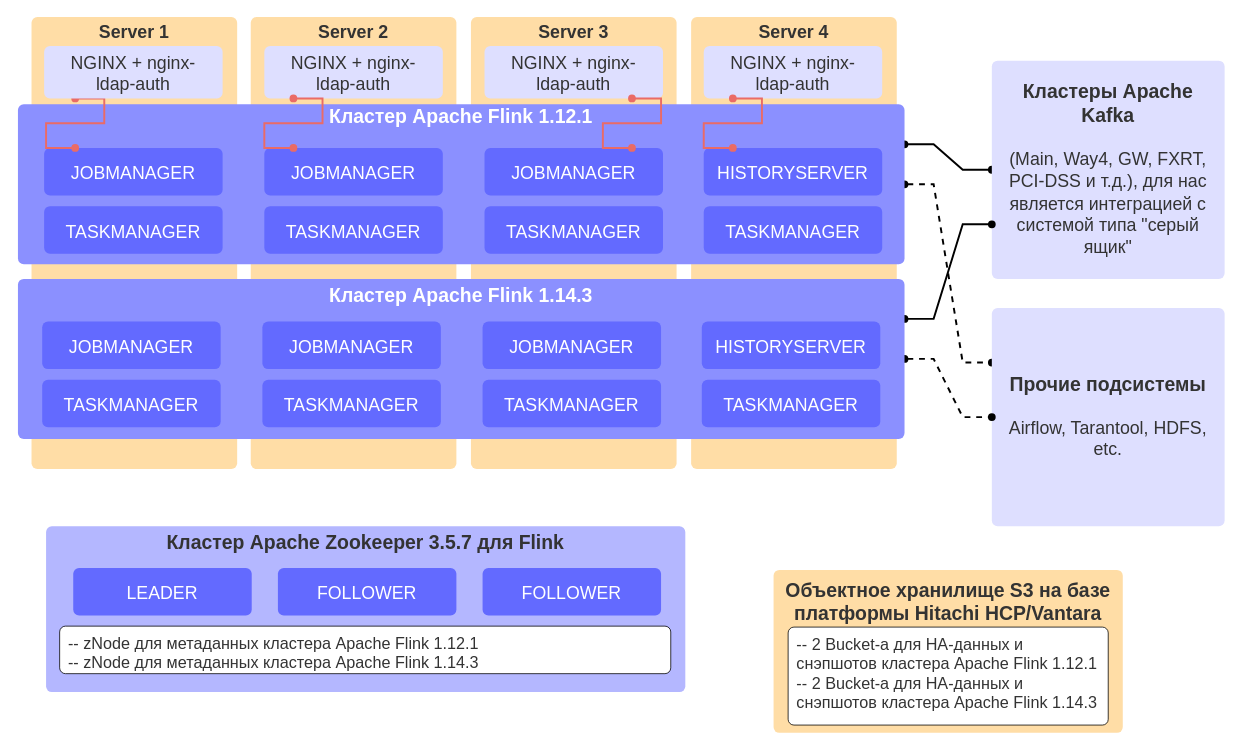
The draw.io diagram Flink.drawio in parametriq/diagrams, before the edit. Source tidied: cells renumbered, new cells numbered last; positions are measured from the earlier drawing's top-left corner, leaving out a move shared by most shapes. Both pictures are drawn from the tidied source at 97%, with x=0, y=0 at pixel (17, 16).
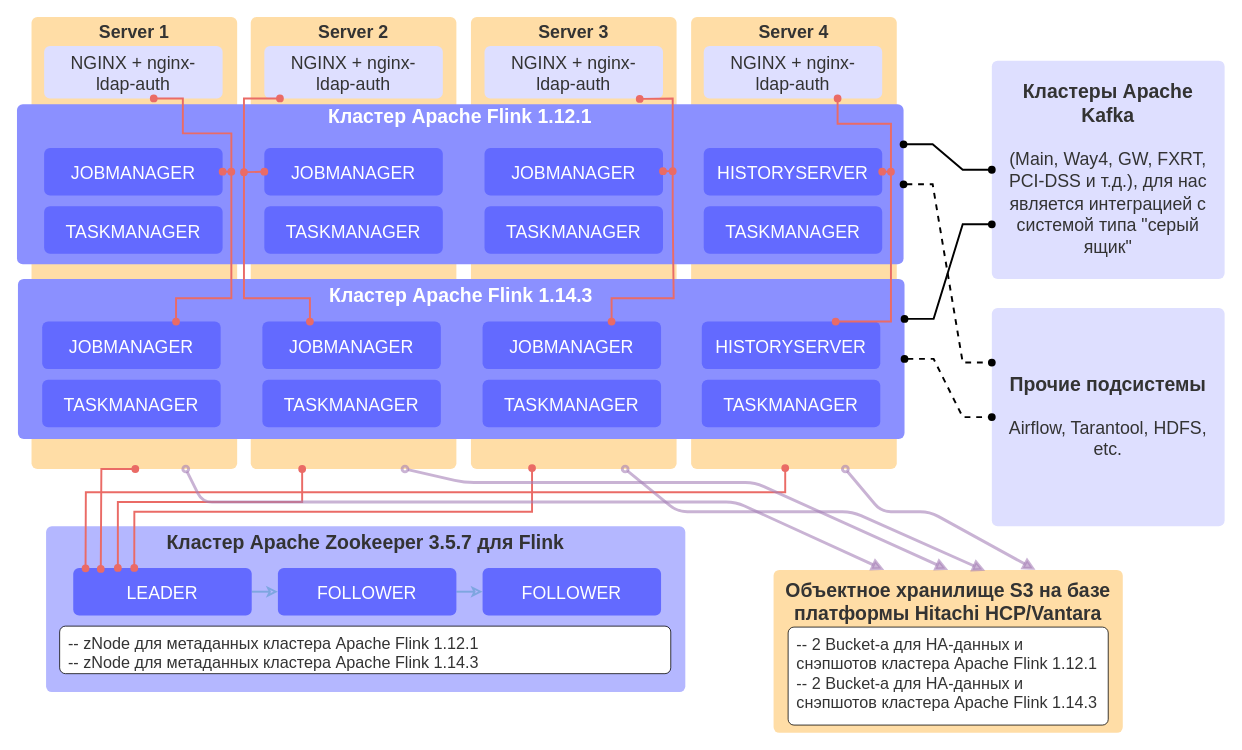
The same page after the edit.

Unchanged cells that the change refers to:
```xml
<mxCell id="2" value="Server 1" style="html=1;overflow=block;blockSpacing=1;whiteSpace=wrap;fontSize=18.3;fontColor=#333333;fontStyle=1;spacingLeft=8.4;spacingRight=8.4;spacingTop=2.4;spacing=3.6;verticalAlign=top;strokeOpacity=0;fillOpacity=100;rounded=1;absoluteArcSize=1;arcSize=12;fillColor=#ffdda6;strokeWidth=0.8;" parent="1" vertex="1">
  <mxGeometry x="14" width="212" height="466" as="geometry" />
</mxCell>
<mxCell id="3" value="Server 2" style="html=1;overflow=block;blockSpacing=1;whiteSpace=wrap;fontSize=18.3;fontColor=#333333;fontStyle=1;spacingLeft=8.4;spacingRight=8.4;spacingTop=2.4;spacing=3.6;verticalAlign=top;strokeOpacity=0;fillOpacity=100;rounded=1;absoluteArcSize=1;arcSize=12;fillColor=#ffdda6;strokeWidth=0.8;" parent="1" vertex="1">
  <mxGeometry x="240" width="212" height="466" as="geometry" />
</mxCell>
<mxCell id="4" value="Server 3" style="html=1;overflow=block;blockSpacing=1;whiteSpace=wrap;fontSize=18.3;fontColor=#333333;fontStyle=1;spacingLeft=8.4;spacingRight=8.4;spacingTop=2.4;spacing=3.6;verticalAlign=top;strokeOpacity=0;fillOpacity=100;rounded=1;absoluteArcSize=1;arcSize=12;fillColor=#ffdda6;strokeWidth=0.8;" parent="1" vertex="1">
  <mxGeometry x="467" width="212" height="466" as="geometry" />
</mxCell>
<mxCell id="5" value="Server 4" style="html=1;overflow=block;blockSpacing=1;whiteSpace=wrap;fontSize=18.3;fontColor=#333333;fontStyle=1;spacingLeft=8.4;spacingRight=8.4;spacingTop=2.4;spacing=3.6;verticalAlign=top;strokeOpacity=0;fillOpacity=100;rounded=1;absoluteArcSize=1;arcSize=12;fillColor=#ffdda6;strokeWidth=0.8;" parent="1" vertex="1">
  <mxGeometry x="694" width="212" height="466" as="geometry" />
</mxCell>
<mxCell id="9" value="JOBMANAGER" style="html=1;overflow=block;blockSpacing=1;whiteSpace=wrap;fontSize=18.3;fontColor=#ffffff;align=center;spacingLeft=8.4;spacingRight=8.4;spacingTop=2.4;spacing=3.6;strokeOpacity=0;fillOpacity=100;rounded=1;absoluteArcSize=1;arcSize=12;fillColor=#636aff;strokeWidth=0.8;" parent="1" vertex="1">
  <mxGeometry x="27" y="135" width="184" height="49" as="geometry" />
</mxCell>
<mxCell id="14" value="&lt;div style=&quot;display: flex; justify-content: center; text-align: center; align-items: baseline; font-size: 0; line-height: 1.25;margin-left: 8.4px;margin-right: 8.4px;margin-top: 2.4px;margin-top: -2px;&quot;&gt;&lt;span&gt;&lt;span style=&quot;font-size:20px;color:#333333;font-weight: bold;&quot;&gt;Кластеры Apache Kafka&#10;&lt;/span&gt;&lt;/span&gt;&lt;/div&gt;&lt;div style=&quot;display: flex; justify-content: center; text-align: center; align-items: baseline; font-size: 0; line-height: 1.25;margin-top: -2px;&quot;&gt;&lt;span&gt;&lt;span style=&quot;font-size:13px;color:#333333;&quot;&gt;&lt;span style=&quot;font-size:18.3px;color:#333333;&quot;&gt;&#10;(Main, Way4, GW, FXRT, PCI-DSS и т.д.), для нас является интеграцией с системой типа &quot;серый ящик&quot;&lt;/span&gt;&lt;/span&gt;&lt;/span&gt;&lt;/div&gt;" style="html=1;overflow=block;blockSpacing=1;whiteSpace=wrap;fontSize=13;spacing=3.6;verticalAlign=middle;strokeOpacity=0;fillOpacity=100;rounded=1;absoluteArcSize=1;arcSize=12;fillColor=#dedfff;strokeWidth=0.8;" parent="1" vertex="1">
  <mxGeometry x="1004" y="45" width="240" height="225" as="geometry" />
</mxCell>
<mxCell id="15" value="LEADER" style="html=1;overflow=block;blockSpacing=1;whiteSpace=wrap;fontSize=18.3;fontColor=#ffffff;align=center;spacingLeft=8.4;spacingRight=8.4;spacingTop=2.4;spacing=3.6;strokeOpacity=0;fillOpacity=100;rounded=1;absoluteArcSize=1;arcSize=12;fillColor=#636aff;strokeWidth=0.8;" parent="1" vertex="1">
  <mxGeometry x="57" y="568" width="184" height="49" as="geometry" />
</mxCell>
<mxCell id="16" value="FOLLOWER" style="html=1;overflow=block;blockSpacing=1;whiteSpace=wrap;fontSize=18.3;fontColor=#ffffff;align=center;spacingLeft=8.4;spacingRight=8.4;spacingTop=2.4;spacing=3.6;strokeOpacity=0;fillOpacity=100;rounded=1;absoluteArcSize=1;arcSize=12;fillColor=#636aff;strokeWidth=0.8;" parent="1" vertex="1">
  <mxGeometry x="268" y="568" width="184" height="49" as="geometry" />
</mxCell>
<mxCell id="17" value="FOLLOWER" style="html=1;overflow=block;blockSpacing=1;whiteSpace=wrap;fontSize=18.3;fontColor=#ffffff;align=center;spacingLeft=8.4;spacingRight=8.4;spacingTop=2.4;spacing=3.6;strokeOpacity=0;fillOpacity=100;rounded=1;absoluteArcSize=1;arcSize=12;fillColor=#636aff;strokeWidth=0.8;" parent="1" vertex="1">
  <mxGeometry x="479" y="568" width="184" height="49" as="geometry" />
</mxCell>
<mxCell id="18" value="Объектное хранилище S3 на базе платформы Hitachi HCP/Vantara" style="html=1;overflow=block;blockSpacing=1;whiteSpace=wrap;fontSize=20;fontColor=#333333;fontStyle=1;align=center;spacing=9;verticalAlign=top;strokeOpacity=0;fillOpacity=100;rounded=1;absoluteArcSize=1;arcSize=12;fillColor=#ffdda6;strokeWidth=0.8;" parent="1" vertex="1">
  <mxGeometry x="779" y="570" width="360" height="168" as="geometry" />
</mxCell>
<mxCell id="21" value="JOBMANAGER" style="html=1;overflow=block;blockSpacing=1;whiteSpace=wrap;fontSize=18.3;fontColor=#ffffff;align=center;spacingLeft=8.4;spacingRight=8.4;spacingTop=2.4;spacing=3.6;strokeOpacity=0;fillOpacity=100;rounded=1;absoluteArcSize=1;arcSize=12;fillColor=#636aff;strokeWidth=0.8;" parent="1" vertex="1">
  <mxGeometry x="254" y="135" width="184" height="49" as="geometry" />
</mxCell>
<mxCell id="29" value="NGINX + nginx-ldap-auth" style="html=1;overflow=block;blockSpacing=1;whiteSpace=wrap;fontSize=18.3;fontColor=#333333;align=center;spacingLeft=8.4;spacingRight=8.4;spacingTop=2.4;spacing=3.6;verticalAlign=middle;strokeOpacity=0;fillOpacity=100;rounded=1;absoluteArcSize=1;arcSize=12;fillColor=#dedfff;strokeWidth=0.8;" parent="1" vertex="1">
  <mxGeometry x="707" y="30" width="184" height="54" as="geometry" />
</mxCell>
<mxCell id="30" value="&lt;div style=&quot;display: flex; justify-content: center; text-align: center; align-items: baseline; font-size: 0; line-height: 1.25;margin-left: 8.4px;margin-right: 8.4px;margin-top: 2.4px;margin-top: -2px;&quot;&gt;&lt;span&gt;&lt;span style=&quot;font-size:20px;color:#333333;font-weight: bold;&quot;&gt;Прочие подсистемы&#10;&lt;/span&gt;&lt;/span&gt;&lt;/div&gt;&lt;div style=&quot;display: flex; justify-content: center; text-align: center; align-items: baseline; font-size: 0; line-height: 1.25;margin-top: -2px;&quot;&gt;&lt;span&gt;&lt;span style=&quot;font-size:13px;color:#333333;&quot;&gt;&lt;span style=&quot;font-size:18.3px;color:#333333;&quot;&gt;&#10;Airflow, Tarantool, HDFS, etc.&lt;/span&gt;&lt;/span&gt;&lt;/span&gt;&lt;/div&gt;" style="html=1;overflow=block;blockSpacing=1;whiteSpace=wrap;fontSize=13;spacing=3.6;verticalAlign=middle;strokeOpacity=0;fillOpacity=100;rounded=1;absoluteArcSize=1;arcSize=12;fillColor=#dedfff;strokeWidth=0.8;" parent="1" vertex="1">
  <mxGeometry x="1004" y="300" width="240" height="225" as="geometry" />
</mxCell>
<mxCell id="33" value="Кластер Apache Flink 1.14.3" style="html=1;overflow=block;blockSpacing=1;whiteSpace=wrap;fontSize=20;fontColor=#ffffff;fontStyle=1;spacingLeft=8.4;spacingRight=8.4;spacingTop=2.4;spacing=3.6;verticalAlign=top;strokeOpacity=0;fillOpacity=100;rounded=1;absoluteArcSize=1;arcSize=12;fillColor=#8b90ff;strokeWidth=0.8;" parent="1" vertex="1">
  <mxGeometry y="270" width="914" height="165" as="geometry" />
</mxCell>
<mxCell id="34" value="JOBMANAGER" style="html=1;overflow=block;blockSpacing=1;whiteSpace=wrap;fontSize=18.3;fontColor=#ffffff;align=center;spacingLeft=8.4;spacingRight=8.4;spacingTop=2.4;spacing=3.6;strokeOpacity=0;fillOpacity=100;rounded=1;absoluteArcSize=1;arcSize=12;fillColor=#636aff;strokeWidth=0.8;" parent="1" vertex="1">
  <mxGeometry x="25" y="314" width="184" height="49" as="geometry" />
</mxCell>
<mxCell id="40" value="HISTORYSERVER" style="html=1;overflow=block;blockSpacing=1;whiteSpace=wrap;fontSize=18.3;fontColor=#ffffff;align=center;spacingLeft=8.4;spacingRight=8.4;spacingTop=2.4;spacing=3.6;strokeOpacity=0;fillOpacity=100;rounded=1;absoluteArcSize=1;arcSize=12;fillColor=#636aff;strokeWidth=0.8;" parent="1" vertex="1">
  <mxGeometry x="705" y="314" width="184" height="49" as="geometry" />
</mxCell>
```

The edit, as a diff of the source:
```diff
@@
-    <mxCell id="6" style="edgeStyle=entityRelationEdgeStyle;rounded=0;jettySize=auto;html=1;exitX=1;exitY=0.25;exitDx=0;exitDy=0;strokeWidth=2;startArrow=oval;startFill=1;endArrow=oval;endFill=1;" parent="1" edge="1" source="8" target="14">
-      <mxGeometry relative="1" as="geometry" />
-    </mxCell>
-    <mxCell id="7" style="edgeStyle=entityRelationEdgeStyle;rounded=0;jettySize=auto;html=1;exitX=1;exitY=0.5;exitDx=0;exitDy=0;entryX=0;entryY=0.25;entryDx=0;entryDy=0;startArrow=oval;startFill=1;endArrow=oval;endFill=1;strokeWidth=2;dashed=1;" parent="1" edge="1" source="8" target="30">
-      <mxGeometry relative="1" as="geometry" />
-    </mxCell>
     <mxCell id="8" value="&lt;div style=&quot;display: flex; justify-content: center; text-align: center; align-items: baseline; font-size: 0; line-height: 1.25;margin-left: 8.4px;margin-right: 8.4px;margin-top: 2.4px;margin-top: -2px;&quot;&gt;&lt;span&gt;&lt;span style=&quot;font-size:20px;color:#ffffff;font-weight: bold;&quot;&gt;Кластер Apache Flink 1.12.1&lt;/span&gt;&lt;span style=&quot;font-size:18.3px;color:#ffffff;&quot;&gt; &lt;/span&gt;&lt;/span&gt;&lt;/div&gt;" style="html=1;overflow=block;blockSpacing=1;whiteSpace=wrap;fontSize=13;spacing=3.6;verticalAlign=top;strokeOpacity=0;fillOpacity=100;rounded=1;absoluteArcSize=1;arcSize=12;fillColor=#8b90ff;strokeWidth=0.8;" parent="1" vertex="1">
-      <mxGeometry y="90" width="914" height="165" as="geometry" />
+      <mxGeometry x="-1" y="90" width="914" height="165" as="geometry" />
     </mxCell>
@@
-    <mxCell id="12" style="edgeStyle=entityRelationEdgeStyle;rounded=0;orthogonalLoop=1;jettySize=auto;html=1;exitX=0.5;exitY=1;exitDx=0;exitDy=0;entryX=0.5;entryY=0;entryDx=0;entryDy=0;startArrow=oval;startFill=1;endArrow=oval;endFill=1;strokeWidth=2;strokeColor=#EA6B66;" parent="1" edge="1">
-      <mxGeometry relative="1" as="geometry">
-        <mxPoint x="59" y="84" as="sourcePoint" />
-        <mxPoint x="59" y="135" as="targetPoint" />
-      </mxGeometry>
-    </mxCell>
@@
+    <mxCell id="45" style="edgeStyle=none;rounded=0;jumpStyle=none;jettySize=auto;html=1;exitX=1;exitY=0.5;exitDx=0;exitDy=0;entryX=0;entryY=0.5;entryDx=0;entryDy=0;startArrow=none;startFill=0;endArrow=classic;endFill=0;strokeColor=#7EA6E0;strokeWidth=2;" parent="1" edge="1" source="15" target="16">
+      <mxGeometry relative="1" as="geometry" />
+    </mxCell>
@@
+    <mxCell id="46" style="edgeStyle=none;rounded=0;jumpStyle=none;jettySize=auto;html=1;exitX=1;exitY=0.5;exitDx=0;exitDy=0;entryX=0;entryY=0.5;entryDx=0;entryDy=0;startArrow=none;startFill=0;endArrow=classic;endFill=0;strokeColor=#7EA6E0;strokeWidth=2;" parent="1" edge="1" source="16" target="17">
+      <mxGeometry relative="1" as="geometry" />
+    </mxCell>
@@
-    <mxCell id="31" style="edgeStyle=entityRelationEdgeStyle;rounded=0;jettySize=auto;html=1;exitX=1;exitY=0.25;exitDx=0;exitDy=0;entryX=0;entryY=0.75;entryDx=0;entryDy=0;startArrow=oval;startFill=1;endArrow=oval;endFill=1;strokeWidth=2;" parent="1" edge="1" source="33" target="14">
-      <mxGeometry relative="1" as="geometry" />
-    </mxCell>
-    <mxCell id="32" style="edgeStyle=entityRelationEdgeStyle;rounded=0;jettySize=auto;html=1;exitX=1;exitY=0.5;exitDx=0;exitDy=0;startArrow=oval;startFill=1;endArrow=oval;endFill=1;strokeWidth=2;dashed=1;" parent="1" edge="1" source="33" target="30">
-      <mxGeometry relative="1" as="geometry" />
-    </mxCell>
@@
-    <mxCell id="42" style="edgeStyle=entityRelationEdgeStyle;rounded=0;orthogonalLoop=1;jettySize=auto;html=1;exitX=0.5;exitY=1;exitDx=0;exitDy=0;entryX=0.5;entryY=0;entryDx=0;entryDy=0;startArrow=oval;startFill=1;endArrow=oval;endFill=1;strokeWidth=2;strokeColor=#EA6B66;" parent="1" edge="1">
-      <mxGeometry relative="1" as="geometry">
-        <mxPoint x="284" y="84" as="sourcePoint" />
-        <mxPoint x="284" y="135" as="targetPoint" />
-      </mxGeometry>
-    </mxCell>
-    <mxCell id="43" style="edgeStyle=entityRelationEdgeStyle;rounded=0;orthogonalLoop=1;jettySize=auto;html=1;exitX=0.5;exitY=1;exitDx=0;exitDy=0;entryX=0.5;entryY=0;entryDx=0;entryDy=0;startArrow=oval;startFill=1;endArrow=oval;endFill=1;strokeWidth=2;strokeColor=#EA6B66;" parent="1" edge="1">
-      <mxGeometry relative="1" as="geometry">
-        <mxPoint x="633" y="84" as="sourcePoint" />
-        <mxPoint x="633" y="135" as="targetPoint" />
-      </mxGeometry>
-    </mxCell>
-    <mxCell id="44" style="edgeStyle=entityRelationEdgeStyle;rounded=0;orthogonalLoop=1;jettySize=auto;html=1;exitX=0.5;exitY=1;exitDx=0;exitDy=0;entryX=0.5;entryY=0;entryDx=0;entryDy=0;startArrow=oval;startFill=1;endArrow=oval;endFill=1;strokeWidth=2;strokeColor=#EA6B66;" parent="1" edge="1">
-      <mxGeometry relative="1" as="geometry">
-        <mxPoint x="737" y="84" as="sourcePoint" />
-        <mxPoint x="737" y="135" as="targetPoint" />
-      </mxGeometry>
-    </mxCell>
+    <mxCell id="47" style="rounded=0;jettySize=auto;html=1;entryX=0.75;entryY=0;entryDx=0;entryDy=0;startArrow=oval;startFill=1;endArrow=oval;endFill=1;strokeWidth=2;strokeColor=#EA6B66;jumpStyle=none;" parent="1" edge="1" target="34">
+      <mxGeometry relative="1" as="geometry">
+        <mxPoint x="140" y="84" as="sourcePoint" />
+        <Array as="points">
+          <mxPoint x="170" y="84" />
+          <mxPoint x="170" y="120" />
+          <mxPoint x="220" y="120" />
+          <mxPoint x="220" y="230" />
+          <mxPoint x="220" y="290" />
+          <mxPoint x="163" y="290" />
+        </Array>
+      </mxGeometry>
+    </mxCell>
+    <mxCell id="48" style="edgeStyle=none;rounded=0;jumpStyle=none;orthogonalLoop=1;jettySize=auto;html=1;exitX=0.071;exitY=1;exitDx=0;exitDy=0;entryX=0.25;entryY=0;entryDx=0;entryDy=0;startArrow=oval;startFill=1;endArrow=oval;endFill=1;strokeColor=#EA6B66;strokeWidth=2;exitPerimeter=0;" parent="1" edge="1">
+      <mxGeometry relative="1" as="geometry">
+        <mxPoint x="270.1" y="84" as="sourcePoint" />
+        <mxPoint x="301" y="314" as="targetPoint" />
+        <Array as="points">
+          <mxPoint x="233" y="84" />
+          <mxPoint x="233" y="200" />
+          <mxPoint x="233" y="290" />
+          <mxPoint x="301" y="290" />
+        </Array>
+      </mxGeometry>
+    </mxCell>
+    <mxCell id="49" style="edgeStyle=none;rounded=0;jumpStyle=none;orthogonalLoop=1;jettySize=auto;html=1;exitX=0.886;exitY=1.009;exitDx=0;exitDy=0;entryX=0.75;entryY=0;entryDx=0;entryDy=0;startArrow=oval;startFill=1;endArrow=oval;endFill=1;strokeColor=#EA6B66;strokeWidth=2;exitPerimeter=0;" parent="1" edge="1">
+      <mxGeometry relative="1" as="geometry">
+        <mxPoint x="641" y="84.5" as="sourcePoint" />
+        <mxPoint x="612" y="314" as="targetPoint" />
+        <Array as="points">
+          <mxPoint x="675" y="84" />
+          <mxPoint x="675" y="200" />
+          <mxPoint x="676" y="290" />
+          <mxPoint x="612" y="290" />
+        </Array>
+      </mxGeometry>
+    </mxCell>
+    <mxCell id="50" style="edgeStyle=none;rounded=0;jumpStyle=none;jettySize=auto;html=1;exitX=0.75;exitY=1;exitDx=0;exitDy=0;entryX=0.75;entryY=0;entryDx=0;entryDy=0;startArrow=oval;startFill=1;endArrow=oval;endFill=1;strokeColor=#EA6B66;strokeWidth=2;" parent="1" edge="1" source="29" target="40">
+      <mxGeometry relative="1" as="geometry">
+        <Array as="points">
+          <mxPoint x="845" y="110" />
+          <mxPoint x="900" y="110" />
+          <mxPoint x="900" y="314" />
+        </Array>
+      </mxGeometry>
+    </mxCell>
+    <mxCell id="51" style="edgeStyle=none;rounded=0;jumpStyle=none;orthogonalLoop=1;jettySize=auto;html=1;exitX=0.5;exitY=1;exitDx=0;exitDy=0;entryX=0.149;entryY=0.02;entryDx=0;entryDy=0;startArrow=oval;startFill=1;endArrow=oval;endFill=1;strokeColor=#EA6B66;strokeWidth=2;entryPerimeter=0;" parent="1" edge="1">
+      <mxGeometry relative="1" as="geometry">
+        <mxPoint x="121" y="466" as="sourcePoint" />
+        <mxPoint x="85.4" y="569" as="targetPoint" />
+        <Array as="points">
+          <mxPoint x="86" y="466" />
+        </Array>
+      </mxGeometry>
+    </mxCell>
+    <mxCell id="52" style="edgeStyle=none;rounded=0;jumpStyle=none;jettySize=auto;html=1;exitX=0.25;exitY=1;exitDx=0;exitDy=0;entryX=0.25;entryY=0;entryDx=0;entryDy=0;startArrow=oval;startFill=1;endArrow=oval;endFill=1;strokeColor=#EA6B66;strokeWidth=2;" parent="1" edge="1" source="3" target="15">
+      <mxGeometry relative="1" as="geometry">
+        <Array as="points">
+          <mxPoint x="293" y="500" />
+          <mxPoint x="170" y="500" />
+          <mxPoint x="103" y="500" />
+        </Array>
+      </mxGeometry>
+    </mxCell>
+    <mxCell id="53" style="edgeStyle=none;rounded=0;jumpStyle=none;jettySize=auto;html=1;startArrow=oval;startFill=1;endArrow=oval;endFill=1;strokeColor=#EA6B66;strokeWidth=2;entryX=0.342;entryY=0;entryDx=0;entryDy=0;entryPerimeter=0;" parent="1" edge="1" target="15">
+      <mxGeometry relative="1" as="geometry">
+        <mxPoint x="530" y="465" as="sourcePoint" />
+        <Array as="points">
+          <mxPoint x="530" y="510" />
+          <mxPoint x="120" y="510" />
+        </Array>
+      </mxGeometry>
+    </mxCell>
+    <mxCell id="54" style="edgeStyle=none;rounded=0;jumpStyle=none;jettySize=auto;html=1;startArrow=oval;startFill=1;endArrow=oval;endFill=1;strokeColor=#EA6B66;strokeWidth=2;entryX=0.069;entryY=0.007;entryDx=0;entryDy=0;entryPerimeter=0;" parent="1" edge="1" target="15">
+      <mxGeometry relative="1" as="geometry">
+        <mxPoint x="791" y="465" as="sourcePoint" />
+        <Array as="points">
+          <mxPoint x="791" y="490" />
+          <mxPoint x="70" y="490" />
+        </Array>
+      </mxGeometry>
+    </mxCell>
+    <mxCell id="6" style="edgeStyle=entityRelationEdgeStyle;rounded=0;jettySize=auto;html=1;exitX=1;exitY=0.25;exitDx=0;exitDy=0;strokeWidth=2;startArrow=oval;startFill=1;endArrow=oval;endFill=1;" parent="1" edge="1" source="8" target="14">
+      <mxGeometry relative="1" as="geometry" />
+    </mxCell>
+    <mxCell id="31" style="edgeStyle=entityRelationEdgeStyle;rounded=0;jettySize=auto;html=1;exitX=1;exitY=0.25;exitDx=0;exitDy=0;entryX=0;entryY=0.75;entryDx=0;entryDy=0;startArrow=oval;startFill=1;endArrow=oval;endFill=1;strokeWidth=2;" parent="1" edge="1" source="33" target="14">
+      <mxGeometry relative="1" as="geometry" />
+    </mxCell>
+    <mxCell id="7" style="edgeStyle=entityRelationEdgeStyle;rounded=0;jettySize=auto;html=1;exitX=1;exitY=0.5;exitDx=0;exitDy=0;entryX=0;entryY=0.25;entryDx=0;entryDy=0;startArrow=oval;startFill=1;endArrow=oval;endFill=1;strokeWidth=2;dashed=1;" parent="1" edge="1" source="8" target="30">
+      <mxGeometry relative="1" as="geometry" />
+    </mxCell>
+    <mxCell id="32" style="edgeStyle=entityRelationEdgeStyle;rounded=0;jettySize=auto;html=1;exitX=1;exitY=0.5;exitDx=0;exitDy=0;startArrow=oval;startFill=1;endArrow=oval;endFill=1;strokeWidth=2;dashed=1;" parent="1" edge="1" source="33" target="30">
+      <mxGeometry relative="1" as="geometry" />
+    </mxCell>
+    <mxCell id="55" style="edgeStyle=none;rounded=1;jumpStyle=none;jettySize=auto;html=1;startArrow=oval;startFill=1;endArrow=oval;endFill=1;strokeColor=#EA6B66;strokeWidth=2;exitX=0;exitY=0.5;exitDx=0;exitDy=0;" parent="1" edge="1" source="21">
+      <mxGeometry relative="1" as="geometry">
+        <mxPoint x="233" y="160" as="targetPoint" />
+      </mxGeometry>
+    </mxCell>
+    <mxCell id="56" style="edgeStyle=none;rounded=1;jumpStyle=none;jettySize=auto;html=1;exitX=1;exitY=0.5;exitDx=0;exitDy=0;startArrow=oval;startFill=1;endArrow=oval;endFill=1;strokeColor=#EA6B66;strokeWidth=2;" parent="1" edge="1" source="9">
+      <mxGeometry relative="1" as="geometry">
+        <mxPoint x="220" y="159.5" as="targetPoint" />
+      </mxGeometry>
+    </mxCell>
+    <mxCell id="57" style="edgeStyle=none;rounded=1;jumpStyle=none;orthogonalLoop=1;jettySize=auto;html=1;exitX=1;exitY=0.5;exitDx=0;exitDy=0;startArrow=oval;startFill=1;endArrow=oval;endFill=1;strokeColor=#EA6B66;strokeWidth=2;" parent="1" edge="1">
+      <mxGeometry relative="1" as="geometry">
+        <mxPoint x="891" y="159.5" as="sourcePoint" />
+        <mxPoint x="900" y="159.5" as="targetPoint" />
+      </mxGeometry>
+    </mxCell>
+    <mxCell id="58" style="edgeStyle=none;rounded=1;jumpStyle=none;orthogonalLoop=1;jettySize=auto;html=1;startArrow=oval;startFill=1;endArrow=oval;endFill=1;strokeColor=#EA6B66;strokeWidth=2;" parent="1" edge="1">
+      <mxGeometry relative="1" as="geometry">
+        <mxPoint x="665" y="159" as="sourcePoint" />
+        <mxPoint x="675" y="159" as="targetPoint" />
+      </mxGeometry>
+    </mxCell>
+    <mxCell id="59" style="edgeStyle=none;rounded=1;jumpStyle=none;jettySize=auto;html=1;exitX=0.75;exitY=1;exitDx=0;exitDy=0;entryX=0.75;entryY=0;entryDx=0;entryDy=0;startArrow=oval;startFill=0;endArrow=block;endFill=1;strokeColor=#A680B8;strokeWidth=3;opacity=60;" parent="1" edge="1" source="5" target="18">
+      <mxGeometry relative="1" as="geometry">
+        <Array as="points">
+          <mxPoint x="890" y="510" />
+          <mxPoint x="940" y="510" />
+        </Array>
+      </mxGeometry>
+    </mxCell>
+    <mxCell id="60" style="edgeStyle=none;rounded=1;jumpStyle=none;jettySize=auto;html=1;exitX=0.75;exitY=1;exitDx=0;exitDy=0;entryX=0.606;entryY=0.006;entryDx=0;entryDy=0;entryPerimeter=0;startArrow=oval;startFill=0;endArrow=block;endFill=1;strokeColor=#A680B8;strokeWidth=3;opacity=60;" parent="1" edge="1" source="4" target="18">
+      <mxGeometry relative="1" as="geometry">
+        <Array as="points">
+          <mxPoint x="680" y="510" />
+          <mxPoint x="860" y="510" />
+        </Array>
+      </mxGeometry>
+    </mxCell>
+    <mxCell id="61" style="edgeStyle=none;rounded=1;jumpStyle=none;jettySize=auto;html=1;exitX=0.75;exitY=1;exitDx=0;exitDy=0;entryX=0.5;entryY=0;entryDx=0;entryDy=0;startArrow=oval;startFill=0;endArrow=block;endFill=1;strokeColor=#A680B8;strokeWidth=3;opacity=60;" parent="1" edge="1" source="3" target="18">
+      <mxGeometry relative="1" as="geometry">
+        <Array as="points">
+          <mxPoint x="460" y="480" />
+          <mxPoint x="760" y="480" />
+        </Array>
+      </mxGeometry>
+    </mxCell>
+    <mxCell id="62" style="edgeStyle=none;rounded=1;jumpStyle=none;jettySize=auto;html=1;exitX=0.75;exitY=1;exitDx=0;exitDy=0;entryX=0.317;entryY=0;entryDx=0;entryDy=0;entryPerimeter=0;startArrow=oval;startFill=0;endArrow=block;endFill=1;strokeColor=#A680B8;strokeWidth=3;opacity=60;" parent="1" edge="1" source="2" target="18">
+      <mxGeometry relative="1" as="geometry">
+        <Array as="points">
+          <mxPoint x="190" y="500" />
+          <mxPoint x="740" y="500" />
+        </Array>
+      </mxGeometry>
+    </mxCell>
```
